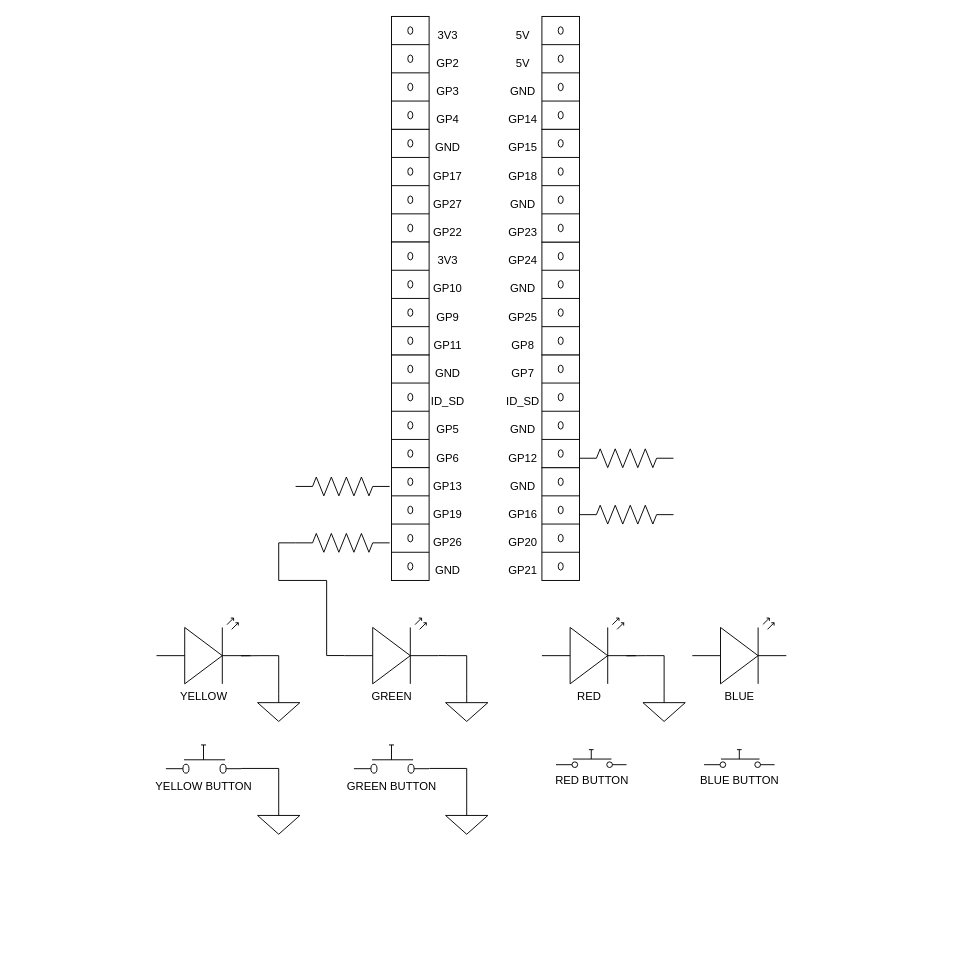
Earlier version of the draw.io diagram Simon_Wiring_Schematic.drawio (stephenspruill/Final-Project-Simon-Says). Source tidied: cells renumbered, new cells numbered last; positions are measured from the earlier drawing's top-left corner, leaving out a move shared by most shapes. Both pictures are drawn from the tidied source at 94%, with x=0, y=0 at pixel (156, 16).
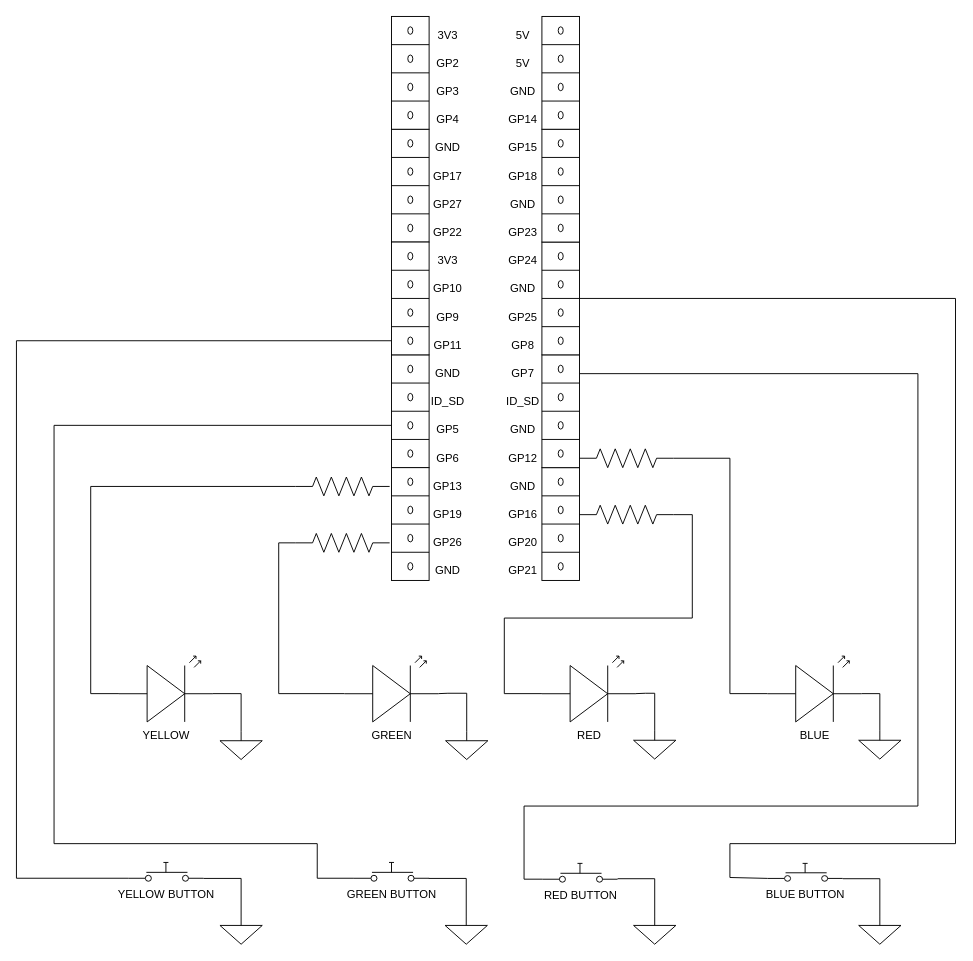
The same page after the edit.

Unchanged cells that the change refers to:
```xml
<mxCell id="9" style="verticalLabelPosition=bottom;shadow=0;dashed=0;align=center;fillColor=#ffffff;html=1;verticalAlign=top;strokeWidth=1;shape=mxgraph.electrical.miscellaneous.terminal_board;" parent="1" vertex="1">
  <mxGeometry x="250" y="360" width="40" height="120" as="geometry" />
</mxCell>
<mxCell id="11" style="verticalLabelPosition=bottom;shadow=0;dashed=0;align=center;fillColor=#ffffff;html=1;verticalAlign=top;strokeWidth=1;shape=mxgraph.electrical.miscellaneous.terminal_board;" parent="1" vertex="1">
  <mxGeometry x="410" y="360" width="40" height="120" as="geometry" />
</mxCell>
<mxCell id="14" style="verticalLabelPosition=bottom;shadow=0;dashed=0;align=center;fillColor=#ffffff;html=1;verticalAlign=top;strokeWidth=1;shape=mxgraph.electrical.miscellaneous.terminal_board;" parent="1" vertex="1">
  <mxGeometry x="410" y="240" width="40" height="120" as="geometry" />
</mxCell>
<mxCell id="16" style="verticalLabelPosition=bottom;shadow=0;dashed=0;align=center;fillColor=#ffffff;html=1;verticalAlign=top;strokeWidth=1;shape=mxgraph.electrical.miscellaneous.terminal_board;" parent="1" vertex="1">
  <mxGeometry x="250" y="240" width="40" height="120" as="geometry" />
</mxCell>
<mxCell id="60" style="verticalLabelPosition=bottom;shadow=0;dashed=0;align=center;fillColor=#ffffff;html=1;verticalAlign=top;strokeWidth=1;shape=mxgraph.electrical.resistors.resistor_2;" parent="1" vertex="1">
  <mxGeometry x="148" y="550" width="100" height="20" as="geometry" />
</mxCell>
<mxCell id="61" style="verticalLabelPosition=bottom;shadow=0;dashed=0;align=center;fillColor=#ffffff;html=1;verticalAlign=top;strokeWidth=1;shape=mxgraph.electrical.resistors.resistor_2;" parent="1" vertex="1">
  <mxGeometry x="148" y="490" width="100" height="20" as="geometry" />
</mxCell>
<mxCell id="62" style="verticalLabelPosition=bottom;shadow=0;dashed=0;align=center;fillColor=#ffffff;html=1;verticalAlign=top;strokeWidth=1;shape=mxgraph.electrical.resistors.resistor_2;" parent="1" vertex="1">
  <mxGeometry x="450" y="460" width="100" height="20" as="geometry" />
</mxCell>
<mxCell id="63" style="verticalLabelPosition=bottom;shadow=0;dashed=0;align=center;fillColor=#ffffff;html=1;verticalAlign=top;strokeWidth=1;shape=mxgraph.electrical.resistors.resistor_2;" parent="1" vertex="1">
  <mxGeometry x="450" y="520" width="100" height="20" as="geometry" />
</mxCell>
```

What changed in the source:
```diff
@@
     <mxCell id="2" value="YELLOW" style="verticalLabelPosition=bottom;shadow=0;dashed=0;align=center;fillColor=#ffffff;html=1;verticalAlign=top;strokeWidth=1;shape=mxgraph.electrical.opto_electronics.led_2;" parent="1" vertex="1">
-      <mxGeometry y="640" width="100" height="70" as="geometry" />
+      <mxGeometry x="-40" y="680.5" width="100" height="70" as="geometry" />
     </mxCell>
     <mxCell id="3" value="GREEN" style="verticalLabelPosition=bottom;shadow=0;dashed=0;align=center;fillColor=#ffffff;html=1;verticalAlign=top;strokeWidth=1;shape=mxgraph.electrical.opto_electronics.led_2;" parent="1" vertex="1">
-      <mxGeometry x="200" y="640" width="100" height="70" as="geometry" />
+      <mxGeometry x="200" y="680.5" width="100" height="70" as="geometry" />
     </mxCell>
     <mxCell id="4" value="RED" style="verticalLabelPosition=bottom;shadow=0;dashed=0;align=center;fillColor=#ffffff;html=1;verticalAlign=top;strokeWidth=1;shape=mxgraph.electrical.opto_electronics.led_2;" parent="1" vertex="1">
-      <mxGeometry x="410" y="640" width="100" height="70" as="geometry" />
+      <mxGeometry x="410" y="680.5" width="100" height="70" as="geometry" />
     </mxCell>
     <mxCell id="5" value="BLUE" style="verticalLabelPosition=bottom;shadow=0;dashed=0;align=center;fillColor=#ffffff;html=1;verticalAlign=top;strokeWidth=1;shape=mxgraph.electrical.opto_electronics.led_2;" parent="1" vertex="1">
-      <mxGeometry x="570" y="640" width="100" height="70" as="geometry" />
+      <mxGeometry x="650" y="680.5" width="100" height="70" as="geometry" />
     </mxCell>
+    <mxCell id="75" style="edgeStyle=orthogonalEdgeStyle;rounded=0;jettySize=auto;html=1;entryX=0;entryY=0.875;entryDx=0;entryDy=0;entryPerimeter=0;endArrow=none;endFill=0;exitX=0;exitY=0.84;exitDx=0;exitDy=0;exitPerimeter=0;" parent="1" edge="1" source="6" target="16">
+      <mxGeometry relative="1" as="geometry">
+        <Array as="points">
+          <mxPoint x="-149" y="917" />
+          <mxPoint x="-149" y="345" />
+        </Array>
+      </mxGeometry>
+    </mxCell>
-    <mxCell id="6" value="YELLOW BUTTON" style="verticalLabelPosition=bottom;shadow=0;dashed=0;align=center;fillColor=#ffffff;html=1;verticalAlign=top;strokeWidth=1;shape=mxgraph.electrical.electro-mechanical.push_switch_no;" parent="1" vertex="1">
-      <mxGeometry x="10" y="775" width="80" height="30" as="geometry" />
+    <mxCell id="6" value="YELLOW BUTTON" style="verticalLabelPosition=bottom;shadow=0;dashed=0;align=center;fillColor=#ffffff;html=1;verticalAlign=top;strokeWidth=1;shape=mxgraph.electrical.electro-mechanical.push_switch_no;perimeterSpacing=0;backgroundOutline=0;" parent="1" vertex="1">
+      <mxGeometry x="-30" y="900" width="80" height="20" as="geometry" />
     </mxCell>
     <mxCell id="7" value="RED BUTTON" style="verticalLabelPosition=bottom;shadow=0;dashed=0;align=center;fillColor=#ffffff;html=1;verticalAlign=top;strokeWidth=1;shape=mxgraph.electrical.electro-mechanical.push_switch_no;" parent="1" vertex="1">
-      <mxGeometry x="425" y="780" width="75" height="19" as="geometry" />
+      <mxGeometry x="410.5" y="901" width="80" height="20" as="geometry" />
     </mxCell>
     <mxCell id="8" value="BLUE BUTTON" style="verticalLabelPosition=bottom;shadow=0;dashed=0;align=center;fillColor=#ffffff;html=1;verticalAlign=top;strokeWidth=1;shape=mxgraph.electrical.electro-mechanical.push_switch_no;" parent="1" vertex="1">
-      <mxGeometry x="582.5" y="780" width="75" height="19" as="geometry" />
+      <mxGeometry x="650" y="901" width="80" height="19" as="geometry" />
     </mxCell>
@@
+    <mxCell id="76" style="edgeStyle=orthogonalEdgeStyle;rounded=0;jettySize=auto;html=1;entryX=0;entryY=0.84;entryDx=0;entryDy=0;entryPerimeter=0;endArrow=none;endFill=0;" parent="1" edge="1" source="11" target="7">
+      <mxGeometry relative="1" as="geometry">
+        <Array as="points">
+          <mxPoint x="810" y="380" />
+          <mxPoint x="810" y="840" />
+          <mxPoint x="391" y="840" />
+          <mxPoint x="391" y="918" />
+        </Array>
+      </mxGeometry>
+    </mxCell>
@@
+    <mxCell id="77" style="edgeStyle=orthogonalEdgeStyle;rounded=0;jettySize=auto;html=1;entryX=0;entryY=0.84;entryDx=0;entryDy=0;entryPerimeter=0;endArrow=none;endFill=0;" parent="1" edge="1" source="14" target="8">
+      <mxGeometry relative="1" as="geometry">
+        <Array as="points">
+          <mxPoint x="850" y="300" />
+          <mxPoint x="850" y="880" />
+          <mxPoint x="610" y="880" />
+          <mxPoint x="610" y="916" />
+        </Array>
+      </mxGeometry>
+    </mxCell>
@@
     <mxCell id="59" style="edgeStyle=orthogonalEdgeStyle;rounded=0;jettySize=auto;html=1;entryX=0;entryY=0.57;entryDx=0;entryDy=0;entryPerimeter=0;endArrow=none;endFill=0;" parent="1" edge="1" source="60" target="3">
       <mxGeometry relative="1" as="geometry">
         <Array as="points">
           <mxPoint x="130" y="560" />
-          <mxPoint x="130" y="600" />
-          <mxPoint x="181" y="600" />
-          <mxPoint x="181" y="680" />
+          <mxPoint x="130" y="720" />
         </Array>
       </mxGeometry>
     </mxCell>
@@
+    <mxCell id="78" style="edgeStyle=orthogonalEdgeStyle;rounded=0;jettySize=auto;html=1;entryX=0;entryY=0.57;entryDx=0;entryDy=0;entryPerimeter=0;endArrow=none;endFill=0;" parent="1" edge="1" source="61" target="2">
+      <mxGeometry relative="1" as="geometry">
+        <Array as="points">
+          <mxPoint x="-70" y="500" />
+          <mxPoint x="-70" y="720" />
+        </Array>
+      </mxGeometry>
+    </mxCell>
@@
+    <mxCell id="79" style="edgeStyle=orthogonalEdgeStyle;rounded=0;jettySize=auto;html=1;entryX=0;entryY=0.57;entryDx=0;entryDy=0;entryPerimeter=0;endArrow=none;endFill=0;" parent="1" edge="1" source="62" target="5">
+      <mxGeometry relative="1" as="geometry">
+        <Array as="points">
+          <mxPoint x="610" y="470" />
+          <mxPoint x="610" y="720" />
+        </Array>
+      </mxGeometry>
+    </mxCell>
@@
+    <mxCell id="80" style="edgeStyle=orthogonalEdgeStyle;rounded=0;jettySize=auto;html=1;entryX=0;entryY=0.57;entryDx=0;entryDy=0;entryPerimeter=0;endArrow=none;endFill=0;exitX=1;exitY=0.5;exitDx=0;exitDy=0;exitPerimeter=0;" parent="1" edge="1" source="63" target="4">
+      <mxGeometry relative="1" as="geometry">
+        <Array as="points">
+          <mxPoint x="570" y="530" />
+          <mxPoint x="570" y="640" />
+          <mxPoint x="370" y="640" />
+          <mxPoint x="370" y="720" />
+        </Array>
+      </mxGeometry>
+    </mxCell>
@@
-    <mxCell id="64" style="edgeStyle=orthogonalEdgeStyle;rounded=0;jettySize=auto;html=1;entryX=1;entryY=0.57;entryDx=0;entryDy=0;entryPerimeter=0;endArrow=none;endFill=0;" parent="1" edge="1" source="65" target="3">
+    <mxCell id="64" style="edgeStyle=orthogonalEdgeStyle;rounded=0;jettySize=auto;html=1;endArrow=none;endFill=0;entryX=1;entryY=0.57;entryDx=0;entryDy=0;entryPerimeter=0;" parent="1" edge="1" source="65" target="3">
       <mxGeometry relative="1" as="geometry">
         <Array as="points">
-          <mxPoint x="330" y="680" />
-          <mxPoint x="310" y="680" />
+          <mxPoint x="330" y="720" />
+          <mxPoint x="310" y="720" />
         </Array>
       </mxGeometry>
     </mxCell>
     <mxCell id="65" style="verticalLabelPosition=bottom;shadow=0;dashed=0;align=center;fillColor=#ffffff;html=1;verticalAlign=top;strokeWidth=1;shape=mxgraph.electrical.signal_sources.signal_ground;" parent="1" vertex="1">
-      <mxGeometry x="307.5" y="720" width="45" height="30" as="geometry" />
+      <mxGeometry x="307.5" y="760.5" width="45" height="30" as="geometry" />
     </mxCell>
-    <mxCell id="66" style="edgeStyle=orthogonalEdgeStyle;rounded=0;jettySize=auto;html=1;entryX=1;entryY=0.57;entryDx=0;entryDy=0;entryPerimeter=0;endArrow=none;endFill=0;" parent="1" edge="1" source="67">
+    <mxCell id="66" style="edgeStyle=orthogonalEdgeStyle;rounded=0;jettySize=auto;html=1;entryX=1;entryY=0.57;entryDx=0;entryDy=0;entryPerimeter=0;endArrow=none;endFill=0;" parent="1" edge="1" source="67" target="2">
       <mxGeometry relative="1" as="geometry">
-        <mxPoint x="89.9" y="680.2" as="targetPoint" />
         <Array as="points">
-          <mxPoint x="130" y="680" />
-          <mxPoint x="110" y="680" />
+          <mxPoint x="90" y="720" />
         </Array>
       </mxGeometry>
     </mxCell>
     <mxCell id="67" style="verticalLabelPosition=bottom;shadow=0;dashed=0;align=center;fillColor=#ffffff;html=1;verticalAlign=top;strokeWidth=1;shape=mxgraph.electrical.signal_sources.signal_ground;" parent="1" vertex="1">
-      <mxGeometry x="107.5" y="720" width="45" height="30" as="geometry" />
+      <mxGeometry x="67.5" y="760.5" width="45" height="30" as="geometry" />
     </mxCell>
-    <mxCell id="68" style="edgeStyle=orthogonalEdgeStyle;rounded=0;jettySize=auto;html=1;entryX=1;entryY=0.57;entryDx=0;entryDy=0;entryPerimeter=0;endArrow=none;endFill=0;" parent="1" edge="1" source="69">
+    <mxCell id="68" style="edgeStyle=orthogonalEdgeStyle;rounded=0;jettySize=auto;html=1;endArrow=none;endFill=0;entryX=1;entryY=0.57;entryDx=0;entryDy=0;entryPerimeter=0;" parent="1" edge="1" source="69" target="4">
       <mxGeometry relative="1" as="geometry">
-        <mxPoint x="499.9" y="680.2" as="targetPoint" />
         <Array as="points">
-          <mxPoint x="540" y="680" />
-          <mxPoint x="520" y="680" />
+          <mxPoint x="530" y="720" />
+          <mxPoint x="520" y="720" />
         </Array>
       </mxGeometry>
     </mxCell>
     <mxCell id="69" style="verticalLabelPosition=bottom;shadow=0;dashed=0;align=center;fillColor=#ffffff;html=1;verticalAlign=top;strokeWidth=1;shape=mxgraph.electrical.signal_sources.signal_ground;" parent="1" vertex="1">
-      <mxGeometry x="517.5" y="720" width="45" height="30" as="geometry" />
+      <mxGeometry x="507.5" y="760" width="45" height="30" as="geometry" />
     </mxCell>
     <mxCell id="70" style="edgeStyle=orthogonalEdgeStyle;rounded=0;jettySize=auto;html=1;endArrow=none;endFill=0;" parent="1" edge="1" source="71">
       <mxGeometry relative="1" as="geometry">
-        <mxPoint x="90" y="800" as="targetPoint" />
+        <mxPoint x="50" y="917" as="targetPoint" />
         <Array as="points">
-          <mxPoint x="130" y="800" />
+          <mxPoint x="90" y="917" />
         </Array>
       </mxGeometry>
     </mxCell>
     <mxCell id="71" style="verticalLabelPosition=bottom;shadow=0;dashed=0;align=center;fillColor=#ffffff;html=1;verticalAlign=top;strokeWidth=1;shape=mxgraph.electrical.signal_sources.signal_ground;" parent="1" vertex="1">
-      <mxGeometry x="107.5" y="840" width="45" height="30" as="geometry" />
+      <mxGeometry x="67.5" y="957" width="45" height="30" as="geometry" />
     </mxCell>
+    <mxCell id="81" style="edgeStyle=orthogonalEdgeStyle;rounded=0;jettySize=auto;html=1;exitX=0;exitY=0.84;exitDx=0;exitDy=0;exitPerimeter=0;entryX=0;entryY=0.625;entryDx=0;entryDy=0;entryPerimeter=0;endArrow=none;endFill=0;" parent="1" edge="1" source="72" target="9">
+      <mxGeometry relative="1" as="geometry">
+        <Array as="points">
+          <mxPoint x="171" y="917" />
+          <mxPoint x="171" y="880" />
+          <mxPoint x="-109" y="880" />
+          <mxPoint x="-109" y="435" />
+        </Array>
+      </mxGeometry>
+    </mxCell>
     <mxCell id="72" value="GREEN BUTTON" style="verticalLabelPosition=bottom;shadow=0;dashed=0;align=center;fillColor=#ffffff;html=1;verticalAlign=top;strokeWidth=1;shape=mxgraph.electrical.electro-mechanical.push_switch_no;" parent="1" vertex="1">
-      <mxGeometry x="210" y="775" width="80" height="30" as="geometry" />
+      <mxGeometry x="210" y="900" width="80" height="20" as="geometry" />
     </mxCell>
     <mxCell id="73" style="edgeStyle=orthogonalEdgeStyle;rounded=0;jettySize=auto;html=1;endArrow=none;endFill=0;" parent="1" edge="1" source="74">
       <mxGeometry relative="1" as="geometry">
-        <mxPoint x="290.2" y="800" as="targetPoint" />
+        <mxPoint x="289.7" y="917" as="targetPoint" />
         <Array as="points">
-          <mxPoint x="330" y="800" />
+          <mxPoint x="329" y="917" />
         </Array>
       </mxGeometry>
     </mxCell>
     <mxCell id="74" style="verticalLabelPosition=bottom;shadow=0;dashed=0;align=center;fillColor=#ffffff;html=1;verticalAlign=top;strokeWidth=1;shape=mxgraph.electrical.signal_sources.signal_ground;" parent="1" vertex="1">
-      <mxGeometry x="307.5" y="840" width="45" height="30" as="geometry" />
+      <mxGeometry x="307" y="957" width="45" height="30" as="geometry" />
     </mxCell>
+    <mxCell id="82" style="verticalLabelPosition=bottom;shadow=0;dashed=0;align=center;fillColor=#ffffff;html=1;verticalAlign=top;strokeWidth=1;shape=mxgraph.electrical.signal_sources.signal_ground;" parent="1" vertex="1">
+      <mxGeometry x="507.5" y="957" width="45" height="30" as="geometry" />
+    </mxCell>
+    <mxCell id="83" style="edgeStyle=orthogonalEdgeStyle;rounded=0;jettySize=auto;html=1;endArrow=none;endFill=0;" parent="1" edge="1" source="82">
+      <mxGeometry relative="1" as="geometry">
+        <mxPoint x="490.5" y="917.3" as="targetPoint" />
+        <Array as="points">
+          <mxPoint x="529.5" y="917" />
+        </Array>
+      </mxGeometry>
+    </mxCell>
+    <mxCell id="84" style="verticalLabelPosition=bottom;shadow=0;dashed=0;align=center;fillColor=#ffffff;html=1;verticalAlign=top;strokeWidth=1;shape=mxgraph.electrical.signal_sources.signal_ground;" parent="1" vertex="1">
+      <mxGeometry x="747" y="957" width="45" height="30" as="geometry" />
+    </mxCell>
+    <mxCell id="85" style="edgeStyle=orthogonalEdgeStyle;rounded=0;jettySize=auto;html=1;endArrow=none;endFill=0;" parent="1" edge="1" source="84">
+      <mxGeometry relative="1" as="geometry">
+        <mxPoint x="730.1" y="917.3" as="targetPoint" />
+        <Array as="points">
+          <mxPoint x="769" y="917" />
+        </Array>
+      </mxGeometry>
+    </mxCell>
+    <mxCell id="86" style="verticalLabelPosition=bottom;shadow=0;dashed=0;align=center;fillColor=#ffffff;html=1;verticalAlign=top;strokeWidth=1;shape=mxgraph.electrical.signal_sources.signal_ground;" parent="1" vertex="1">
+      <mxGeometry x="747" y="760" width="45" height="30" as="geometry" />
+    </mxCell>
+    <mxCell id="87" style="edgeStyle=orthogonalEdgeStyle;rounded=0;jettySize=auto;html=1;entryX=1;entryY=0.57;entryDx=0;entryDy=0;entryPerimeter=0;endArrow=none;endFill=0;exitX=0.5;exitY=0;exitDx=0;exitDy=0;exitPerimeter=0;" parent="1" edge="1" source="86" target="5">
+      <mxGeometry relative="1" as="geometry">
+        <Array as="points">
+          <mxPoint x="769" y="720" />
+        </Array>
+      </mxGeometry>
+    </mxCell>
```
